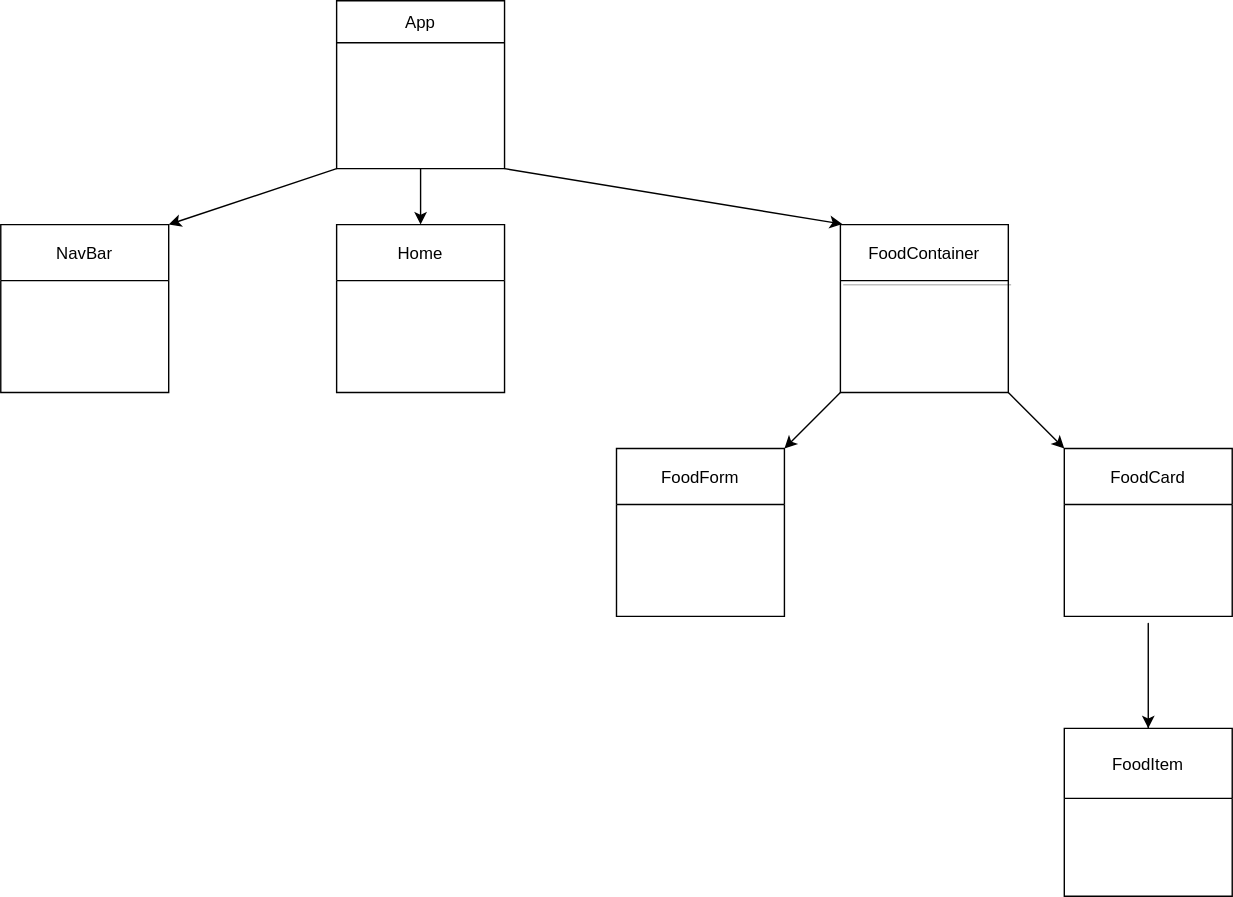
Above: src/component-hierarchy-with-data-flow.drawio.svg in Dakota-Vikdal/our-macro-calculator (draw.io), before the change. Source tidied: cells renumbered, new cells last; positions are measured from the earlier drawing's top-left corner, leaving out a move shared by most shapes. Source of this version:
```xml
<mxGraphModel>
  <root>
    <mxCell id="0" />
    <mxCell id="1" parent="0" />
    <mxCell id="2" style="edgeStyle=none;html=1;exitX=0;exitY=1;exitDx=0;exitDy=0;entryX=1;entryY=0;entryDx=0;entryDy=0;" parent="1" edge="1" source="5" target="8">
      <mxGeometry relative="1" as="geometry" />
    </mxCell>
    <mxCell id="3" style="edgeStyle=none;html=1;exitX=0.5;exitY=1;exitDx=0;exitDy=0;entryX=0.5;entryY=0;entryDx=0;entryDy=0;" parent="1" edge="1" source="5" target="11">
      <mxGeometry relative="1" as="geometry" />
    </mxCell>
    <mxCell id="4" style="edgeStyle=none;html=1;exitX=1;exitY=1;exitDx=0;exitDy=0;entryX=0.011;entryY=-0.003;entryDx=0;entryDy=0;entryPerimeter=0;" parent="1" edge="1" source="5" target="17">
      <mxGeometry relative="1" as="geometry" />
    </mxCell>
    <mxCell id="5" style="shape=table;startSize=0;fillColor=none;" parent="1" vertex="1">
      <mxGeometry x="240" width="120" height="120" as="geometry" />
    </mxCell>
    <mxCell id="6" style="shape=tableRow;horizontal=0;swimlaneHead=0;swimlaneBody=0;top=0;left=0;bottom=0;right=0;fontStyle=0;fillColor=none;startSize=0;" parent="5" vertex="1">
      <mxGeometry width="120" height="120" as="geometry" />
    </mxCell>
    <mxCell id="7" value="App" style="swimlane;swimlaneHead=0;swimlaneBody=0;fontStyle=0;fillColor=none;startSize=30;" parent="6" vertex="1">
      <mxGeometry width="120" height="120" as="geometry" />
    </mxCell>
    <mxCell id="8" value="NavBar" style="shape=table;startSize=40;" parent="1" vertex="1">
      <mxGeometry y="160" width="120" height="120" as="geometry" />
    </mxCell>
    <mxCell id="9" style="shape=tableRow;horizontal=0;startSize=0;swimlaneHead=0;swimlaneBody=0;top=0;left=0;bottom=0;right=0;fillColor=none;" parent="8" vertex="1">
      <mxGeometry y="40" width="120" height="80" as="geometry" />
    </mxCell>
    <mxCell id="10" style="shape=partialRectangle;html=1;whiteSpace=wrap;overflow=hidden;fillColor=none;top=0;left=0;bottom=0;right=0;" parent="9" vertex="1">
      <mxGeometry width="120" height="80" as="geometry" />
    </mxCell>
    <mxCell id="11" value="Home" style="shape=table;startSize=40;fillColor=none;" parent="1" vertex="1">
      <mxGeometry x="240" y="160" width="120" height="120" as="geometry" />
    </mxCell>
    <mxCell id="12" style="shape=tableRow;horizontal=0;swimlaneHead=0;swimlaneBody=0;top=0;left=0;bottom=0;right=0;fontStyle=0;fillColor=none;startSize=0;" parent="11" vertex="1">
      <mxGeometry y="40" width="120" height="80" as="geometry" />
    </mxCell>
    <mxCell id="13" style="swimlane;swimlaneHead=0;swimlaneBody=0;fontStyle=0;fillColor=none;startSize=0;" parent="12" vertex="1">
      <mxGeometry width="120" height="80" as="geometry" />
    </mxCell>
    <mxCell id="14" style="edgeStyle=none;html=1;exitX=0;exitY=1;exitDx=0;exitDy=0;entryX=1;entryY=0;entryDx=0;entryDy=0;" parent="1" edge="1" source="16" target="20">
      <mxGeometry relative="1" as="geometry" />
    </mxCell>
    <mxCell id="15" style="edgeStyle=none;html=1;exitX=1;exitY=1;exitDx=0;exitDy=0;" parent="1" edge="1" source="16">
      <mxGeometry relative="1" as="geometry">
        <mxPoint x="760" y="320" as="targetPoint" />
      </mxGeometry>
    </mxCell>
    <mxCell id="16" style="shape=table;startSize=0;fillColor=none;" parent="1" vertex="1">
      <mxGeometry x="600" y="160" width="120" height="120" as="geometry" />
    </mxCell>
    <mxCell id="17" style="shape=tableRow;horizontal=0;swimlaneHead=0;swimlaneBody=0;top=0;left=0;bottom=0;right=0;fontStyle=0;fillColor=none;points=[[0,0.5],[1,0.5]];portConstraint=eastwest;startSize=0;" parent="16" vertex="1">
      <mxGeometry width="120" height="120" as="geometry" />
    </mxCell>
    <mxCell id="18" value="FoodContainer" style="swimlane;swimlaneHead=0;swimlaneBody=0;fontStyle=0;fillColor=none;startSize=40;shadow=1;" parent="17" vertex="1">
      <mxGeometry width="120" height="120" as="geometry" />
    </mxCell>
    <mxCell id="19" style="edgeStyle=none;html=1;" parent="17" edge="1" target="17">
      <mxGeometry relative="1" as="geometry">
        <mxPoint y="60" as="sourcePoint" />
      </mxGeometry>
    </mxCell>
    <mxCell id="20" value="FoodForm" style="shape=table;startSize=40;" parent="1" vertex="1">
      <mxGeometry x="440" y="320" width="120" height="120" as="geometry" />
    </mxCell>
    <mxCell id="21" style="shape=tableRow;horizontal=0;startSize=0;swimlaneHead=0;swimlaneBody=0;top=0;left=0;bottom=0;right=0;fillColor=none;" parent="20" vertex="1">
      <mxGeometry y="40" width="120" height="80" as="geometry" />
    </mxCell>
    <mxCell id="22" style="shape=partialRectangle;html=1;whiteSpace=wrap;overflow=hidden;fillColor=none;top=0;left=0;bottom=0;right=0;" parent="21" vertex="1">
      <mxGeometry width="120" height="80" as="geometry" />
    </mxCell>
    <mxCell id="23" value="FoodCard" style="shape=table;startSize=40;" parent="1" vertex="1">
      <mxGeometry x="760" y="320" width="120" height="120" as="geometry" />
    </mxCell>
    <mxCell id="24" style="shape=tableRow;horizontal=0;startSize=0;swimlaneHead=0;swimlaneBody=0;top=0;left=0;bottom=0;right=0;fillColor=none;" parent="23" vertex="1">
      <mxGeometry y="40" width="120" height="80" as="geometry" />
    </mxCell>
    <mxCell id="25" style="shape=partialRectangle;html=1;whiteSpace=wrap;overflow=hidden;fillColor=none;top=0;left=0;bottom=0;right=0;" parent="24" vertex="1">
      <mxGeometry width="120" height="80" as="geometry" />
    </mxCell>
    <mxCell id="26" style="edgeStyle=none;html=1;exitX=0.5;exitY=0;exitDx=0;exitDy=0;entryX=0.5;entryY=0;entryDx=0;entryDy=0;" parent="1" edge="1" source="27" target="27">
      <mxGeometry relative="1" as="geometry">
        <Array as="points">
          <mxPoint x="820" y="440" />
        </Array>
      </mxGeometry>
    </mxCell>
    <mxCell id="27" value="FoodItem" style="shape=table;startSize=50;" parent="1" vertex="1">
      <mxGeometry x="760" y="520" width="120" height="120" as="geometry" />
    </mxCell>
    <mxCell id="28" style="shape=tableRow;horizontal=0;startSize=0;swimlaneHead=0;swimlaneBody=0;top=0;left=0;bottom=0;right=0;fillColor=none;" parent="27" vertex="1">
      <mxGeometry y="50" width="120" height="70" as="geometry" />
    </mxCell>
    <mxCell id="29" style="shape=partialRectangle;html=1;whiteSpace=wrap;overflow=hidden;fillColor=none;top=0;left=0;bottom=0;right=0;" parent="28" vertex="1">
      <mxGeometry width="120" height="70" as="geometry" />
    </mxCell>
  </root>
</mxGraphModel>
```
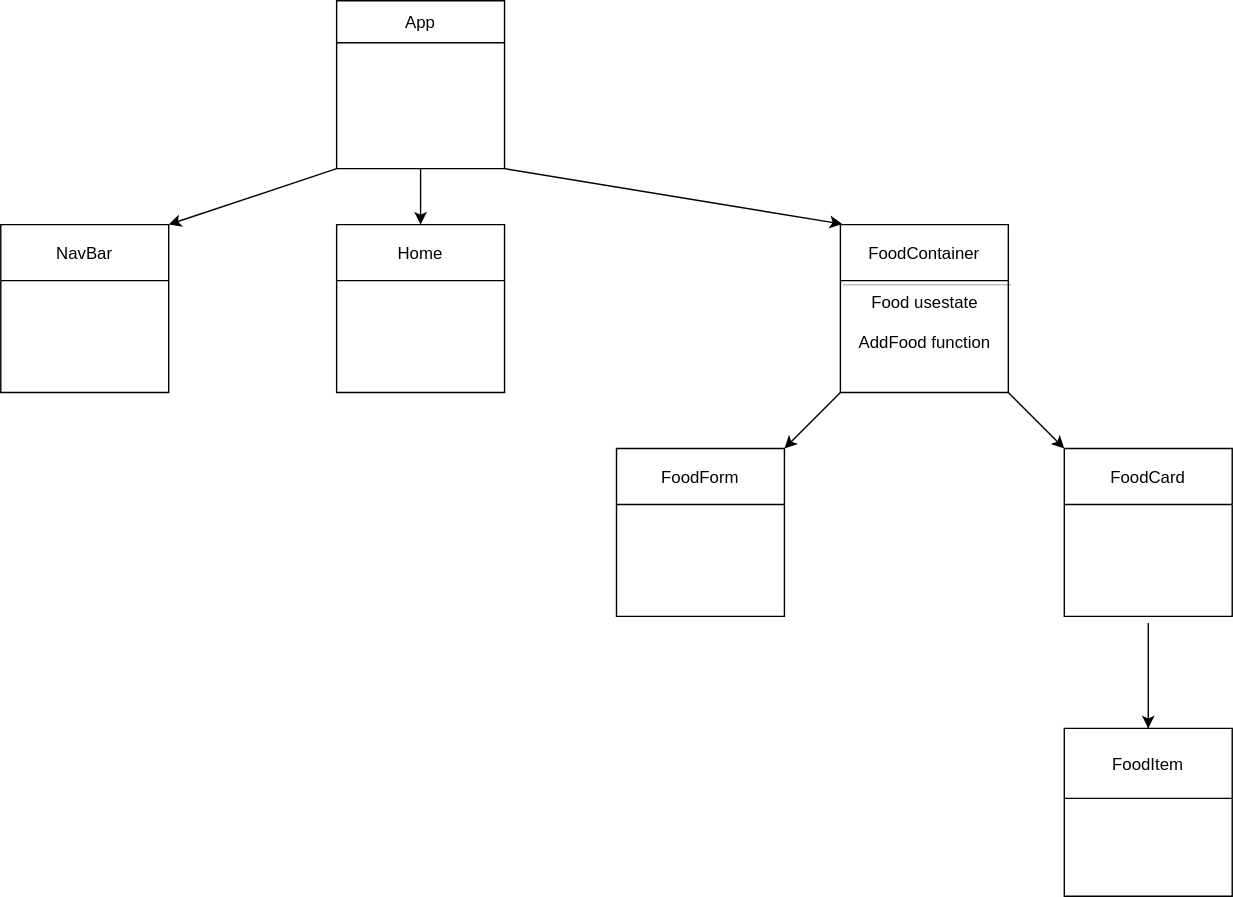
Above is the later version.

Commit message:
mostly css on Add Food Page

The edit, as a diff of the source:
```diff
@@ -55,6 +55,9 @@
     <mxCell id="18" value="FoodContainer" style="swimlane;swimlaneHead=0;swimlaneBody=0;fontStyle=0;fillColor=none;startSize=40;shadow=1;" parent="17" vertex="1">
       <mxGeometry width="120" height="120" as="geometry" />
     </mxCell>
+    <mxCell id="30" value="Food usestate&lt;br&gt;&lt;br&gt;AddFood function" style="text;html=1;align=center;verticalAlign=middle;strokeColor=none;fillColor=none;" parent="18" vertex="1">
+      <mxGeometry y="40" width="120" height="60" as="geometry" />
+    </mxCell>
     <mxCell id="19" style="edgeStyle=none;html=1;" parent="17" edge="1" target="17">
       <mxGeometry relative="1" as="geometry">
         <mxPoint y="60" as="sourcePoint" />
```
